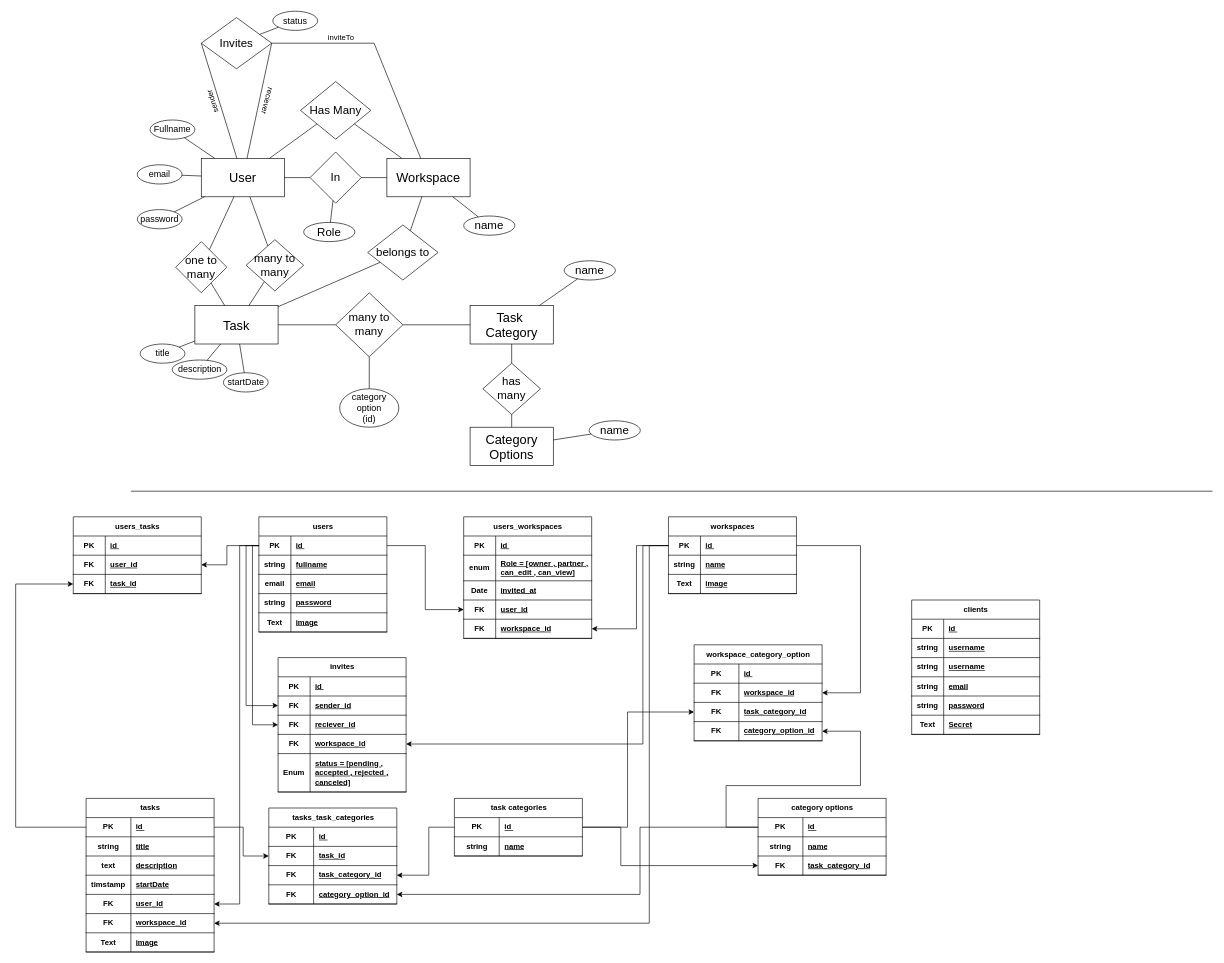
MajdAlkatan/TaskCraft keeps this draw.io diagram as Back_End/src/diagrams/TaskCraft-v4.drawio. Above is the earlier version. Source tidied: cells renumbered, new cells numbered last; positions are measured from the earlier drawing's top-left corner, leaving out a move shared by most shapes. Both pictures are drawn from the tidied source at 64%, with x=0, y=0 at pixel (15, 11).
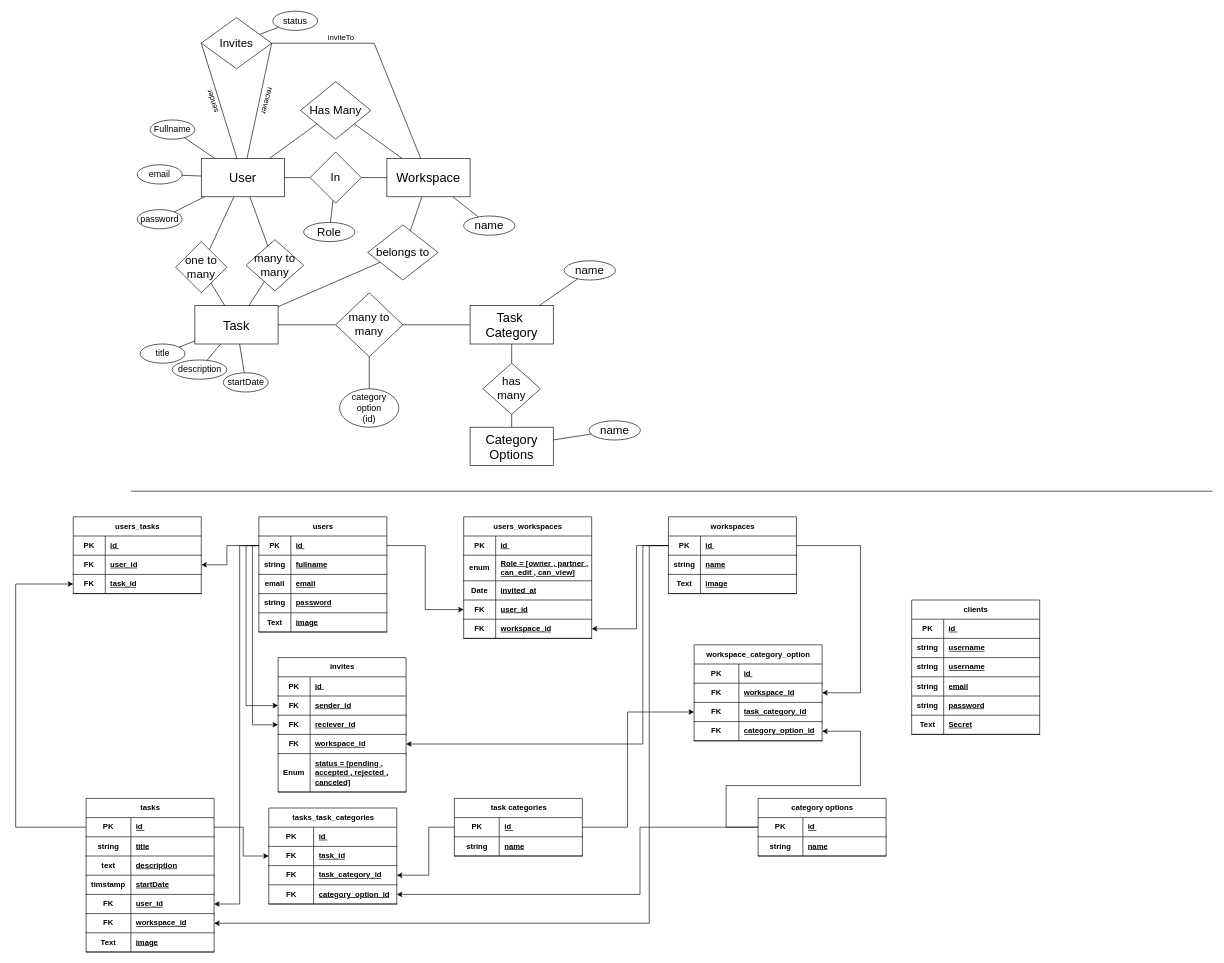
The same page after the edit.

The change refers to these unchanged cells:
```xml
<mxCell id="94" style="shape=tableRow;horizontal=0;startSize=0;swimlaneHead=0;swimlaneBody=0;fillColor=none;points=[[0,0.5],[1,0.5]];portConstraint=eastwest;top=0;left=0;right=0;bottom=1;" parent="93" vertex="1">
  <mxGeometry y="30" width="200" height="30" as="geometry" />
</mxCell>
```

The edit, as a diff of the source:
```diff
@@
     <mxCell id="100" value="category options" style="shape=table;startSize=30;childLayout=tableLayout;rowLines=0;fontStyle=1;align=center;html=1;" parent="1" vertex="1">
-      <mxGeometry x="1160" y="1230" width="200" height="120" as="geometry" />
+      <mxGeometry x="1160" y="1230" width="200" height="90" as="geometry" />
     </mxCell>
@@
-    <mxCell id="107" style="shape=tableRow;horizontal=0;startSize=0;swimlaneHead=0;swimlaneBody=0;fillColor=none;points=[[0,0.5],[1,0.5]];portConstraint=eastwest;top=0;left=0;right=0;bottom=1;" parent="100" vertex="1">
-      <mxGeometry y="90" width="200" height="30" as="geometry" />
-    </mxCell>
-    <mxCell id="108" value="FK" style="shape=partialRectangle;fillColor=none;top=0;left=0;bottom=0;right=0;fontStyle=1;overflow=hidden;whiteSpace=wrap;html=1;" parent="107" vertex="1">
-      <mxGeometry width="70" height="30" as="geometry" />
-    </mxCell>
-    <mxCell id="109" value="task_category_id" style="shape=partialRectangle;fillColor=none;top=0;left=0;bottom=0;right=0;align=left;spacingLeft=6;fontStyle=5;overflow=hidden;whiteSpace=wrap;html=1;" parent="107" vertex="1">
-      <mxGeometry x="70" width="130" height="30" as="geometry" />
-    </mxCell>
@@
-    <mxCell id="128" style="endArrow=classic;html=1;rounded=0;" parent="1" edge="1" source="94" target="107">
-      <mxGeometry relative="1" as="geometry">
-        <Array as="points">
-          <mxPoint x="945.5" y="1275" />
-          <mxPoint x="945.5" y="1335" />
-        </Array>
-      </mxGeometry>
-    </mxCell>
```
